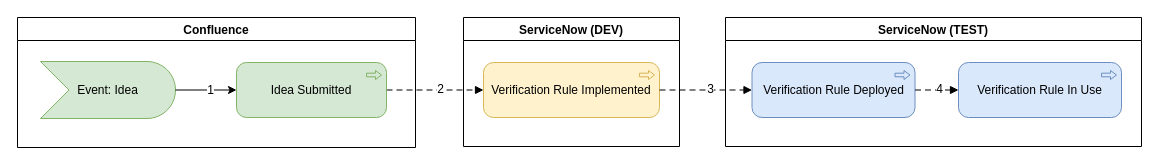
The draw.io diagram page "RuleProcess" (2 of 11) of DBs.drawio in algimas/tmp, before the edit. Source tidied: cells renumbered, new cells numbered last; positions are measured from the earlier drawing's top-left corner, leaving out a move shared by most shapes. Both pictures are drawn from the tidied source at 100%, with x=0, y=0 at pixel (17, 17).
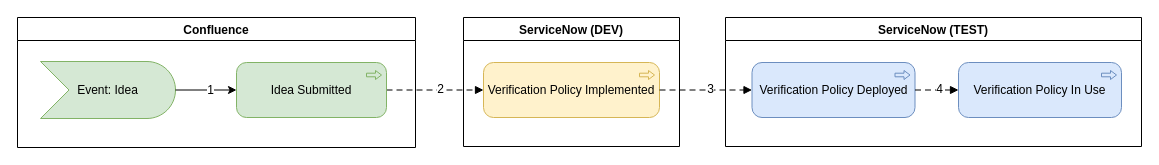
The same diagram, later.

Change to the diagram source:
```diff
@@
 <mxGraphModel>
   <root>
     <mxCell id="0" />
     <mxCell id="1" parent="0" />
     <mxCell id="2" value="ServiceNow (DEV)" style="swimlane;" parent="1" vertex="1">
       <mxGeometry x="446" width="216" height="129" as="geometry" />
     </mxCell>
-    <mxCell id="3" value="Verification Rule Implemented" style="html=1;outlineConnect=0;whiteSpace=wrap;fillColor=#fff2cc;shape=mxgraph.archimate3.application;appType=proc;archiType=rounded;strokeColor=#d6b656;verticalAlign=middle;fontStyle=0;" parent="2" vertex="1">
+    <mxCell id="3" value="Verification Policy Implemented" style="html=1;outlineConnect=0;whiteSpace=wrap;fillColor=#fff2cc;shape=mxgraph.archimate3.application;appType=proc;archiType=rounded;strokeColor=#d6b656;verticalAlign=middle;fontStyle=0;" parent="2" vertex="1">
       <mxGeometry x="20" y="45" width="176" height="55" as="geometry" />
     </mxCell>
     <mxCell id="4" style="html=1;endArrow=block;dashed=1;elbow=vertical;endFill=1;dashPattern=6 4;rounded=0;fontSize=12;fontStyle=0;" parent="1" edge="1" source="8" target="3">
       <mxGeometry relative="1" as="geometry" />
     </mxCell>
     <mxCell id="5" value="&lt;span&gt;2&lt;/span&gt;" style="edgeLabel;html=1;align=center;verticalAlign=middle;fontSize=12;fontStyle=0;" parent="4" vertex="1">
       <mxGeometry x="0.09" y="1" relative="1" as="geometry" />
     </mxCell>
     <mxCell id="6" value="Confluence" style="swimlane;" parent="1" vertex="1">
       <mxGeometry width="398" height="130" as="geometry" />
     </mxCell>
     <mxCell id="7" value="&lt;span&gt;Event: Idea&lt;/span&gt;" style="html=1;outlineConnect=0;whiteSpace=wrap;fillColor=#d5e8d4;shape=mxgraph.archimate3.event;strokeColor=#82b366;fontStyle=0;" parent="6" vertex="1">
       <mxGeometry x="23" y="44" width="135" height="57" as="geometry" />
     </mxCell>
     <mxCell id="8" value="&lt;span&gt;Idea&amp;nbsp;Submitted&lt;/span&gt;" style="html=1;outlineConnect=0;whiteSpace=wrap;fillColor=#d5e8d4;shape=mxgraph.archimate3.application;appType=proc;archiType=rounded;strokeColor=#82b366;verticalAlign=middle;fontStyle=0;" parent="6" vertex="1">
       <mxGeometry x="219" y="45" width="150" height="55" as="geometry" />
     </mxCell>
     <mxCell id="9" style="edgeStyle=none;rounded=0;jettySize=auto;html=1;fontSize=6;fontStyle=0;" parent="6" edge="1" source="7" target="8">
       <mxGeometry relative="1" as="geometry" />
     </mxCell>
     <mxCell id="10" value="&lt;font style=&quot;font-size: 12px;&quot;&gt;&lt;span&gt;1&lt;/span&gt;&lt;/font&gt;" style="edgeLabel;html=1;align=center;verticalAlign=middle;fontSize=6;fontStyle=0;" parent="9" vertex="1">
       <mxGeometry x="0.4" y="-1" relative="1" as="geometry">
         <mxPoint x="-9" y="-1" as="offset" />
       </mxGeometry>
     </mxCell>
     <mxCell id="11" value="ServiceNow (TEST)" style="swimlane;" parent="1" vertex="1">
       <mxGeometry x="708" width="416" height="129" as="geometry" />
     </mxCell>
-    <mxCell id="12" value="Verification Rule&amp;nbsp;Deployed" style="html=1;outlineConnect=0;whiteSpace=wrap;fillColor=#dae8fc;shape=mxgraph.archimate3.application;appType=proc;archiType=rounded;strokeColor=#6c8ebf;verticalAlign=middle;fontStyle=0;" parent="11" vertex="1">
+    <mxCell id="12" value="Verification Policy&amp;nbsp;Deployed" style="html=1;outlineConnect=0;whiteSpace=wrap;fillColor=#dae8fc;shape=mxgraph.archimate3.application;appType=proc;archiType=rounded;strokeColor=#6c8ebf;verticalAlign=middle;fontStyle=0;" parent="11" vertex="1">
       <mxGeometry x="26.5" y="45" width="163" height="55" as="geometry" />
     </mxCell>
-    <mxCell id="13" value="Verification Rule&amp;nbsp;In Use" style="html=1;outlineConnect=0;whiteSpace=wrap;fillColor=#dae8fc;shape=mxgraph.archimate3.application;appType=proc;archiType=rounded;strokeColor=#6c8ebf;verticalAlign=middle;fontStyle=0;" parent="11" vertex="1">
+    <mxCell id="13" value="Verification Policy&amp;nbsp;In Use" style="html=1;outlineConnect=0;whiteSpace=wrap;fillColor=#dae8fc;shape=mxgraph.archimate3.application;appType=proc;archiType=rounded;strokeColor=#6c8ebf;verticalAlign=middle;fontStyle=0;" parent="11" vertex="1">
       <mxGeometry x="233" y="45" width="163" height="55" as="geometry" />
     </mxCell>
     <mxCell id="14" style="html=1;endArrow=block;dashed=1;elbow=vertical;endFill=1;dashPattern=6 4;rounded=0;fontSize=12;fontStyle=0;" parent="11" edge="1" source="12" target="13">
       <mxGeometry relative="1" as="geometry" />
     </mxCell>
     <mxCell id="15" value="&lt;span&gt;4&lt;/span&gt;" style="edgeLabel;html=1;align=center;verticalAlign=middle;fontSize=12;fontStyle=0;" parent="14" vertex="1">
       <mxGeometry x="0.09" y="1" relative="1" as="geometry" />
     </mxCell>
     <mxCell id="16" style="html=1;endArrow=block;dashed=1;elbow=vertical;endFill=1;dashPattern=6 4;rounded=0;fontSize=12;fontStyle=0;" parent="1" edge="1" source="3" target="12">
       <mxGeometry relative="1" as="geometry" />
     </mxCell>
     <mxCell id="17" value="&lt;span&gt;3&lt;/span&gt;" style="edgeLabel;html=1;align=center;verticalAlign=middle;fontSize=12;fontStyle=0;" parent="16" vertex="1">
       <mxGeometry x="0.09" y="1" relative="1" as="geometry" />
     </mxCell>
   </root>
 </mxGraphModel>
```
